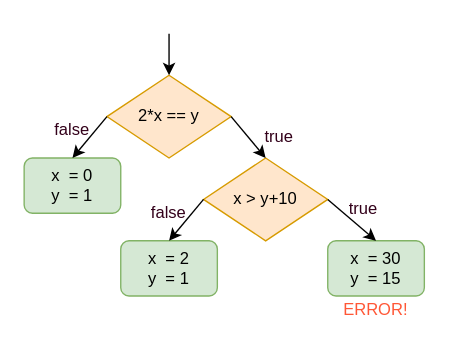
Above: DrawIO/BSThesis-2.drawio in dingiso/TEST_For_Everything (draw.io), before the change. Source tidied: cells renumbered, new cells numbered last; positions are measured from the earlier drawing's top-left corner, leaving out a move shared by most shapes. Both pictures are drawn from the tidied source at 138%, with x=0, y=0 at pixel (23, 33).
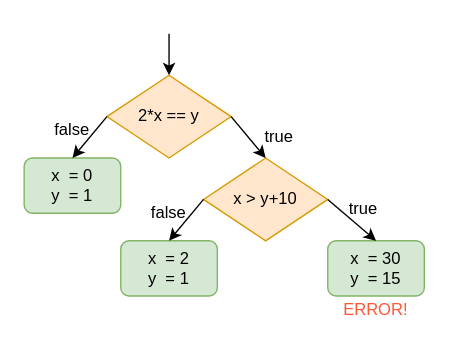
The same page after the edit.

Change to the diagram source:
```diff
@@
 <mxGraphModel>
   <root>
     <mxCell id="0" />
     <mxCell id="1" parent="0" />
     <mxCell id="2" value="2*x == y" style="rhombus;whiteSpace=wrap;html=1;fillColor=#ffe6cc;strokeColor=#d79b00;" parent="1" vertex="1">
       <mxGeometry x="60" y="30" width="90" height="60" as="geometry" />
     </mxCell>
     <mxCell id="3" value="&lt;div&gt;x&amp;nbsp; = 2&lt;br&gt;&lt;/div&gt;&lt;div&gt;y&amp;nbsp; = 1&lt;br&gt;&lt;/div&gt;" style="rounded=1;whiteSpace=wrap;html=1;fillColor=#d5e8d4;strokeColor=#82b366;" parent="1" vertex="1">
       <mxGeometry x="70" y="150" width="70" height="40" as="geometry" />
     </mxCell>
     <mxCell id="4" value="&lt;div&gt;x&amp;nbsp; = 30&lt;br&gt;&lt;/div&gt;&lt;div&gt;y&amp;nbsp; = 15&lt;br&gt;&lt;/div&gt;" style="rounded=1;whiteSpace=wrap;html=1;fillColor=#d5e8d4;strokeColor=#82b366;" parent="1" vertex="1">
       <mxGeometry x="220" y="150" width="70" height="40" as="geometry" />
     </mxCell>
     <mxCell id="5" value="&lt;div&gt;x&amp;nbsp; = 0&lt;/div&gt;&lt;div&gt;y&amp;nbsp; = 1&lt;br&gt;&lt;/div&gt;" style="rounded=1;whiteSpace=wrap;html=1;fillColor=#d5e8d4;strokeColor=#82b366;" parent="1" vertex="1">
       <mxGeometry y="90" width="70" height="40" as="geometry" />
     </mxCell>
     <mxCell id="6" value="x &amp;gt; y+10" style="rhombus;whiteSpace=wrap;html=1;fillColor=#ffe6cc;strokeColor=#d79b00;" parent="1" vertex="1">
       <mxGeometry x="130" y="90" width="90" height="60" as="geometry" />
     </mxCell>
     <mxCell id="7" style="endArrow=classic;html=1;rounded=0;exitX=1;exitY=0.5;exitDx=0;exitDy=0;entryX=0.5;entryY=0;entryDx=0;entryDy=0;" parent="1" edge="1" source="2" target="6">
       <mxGeometry relative="1" as="geometry" />
     </mxCell>
     <mxCell id="8" style="endArrow=classic;html=1;rounded=0;exitX=0;exitY=0.5;exitDx=0;exitDy=0;entryX=0.5;entryY=0;entryDx=0;entryDy=0;" parent="1" edge="1" source="2" target="5">
       <mxGeometry relative="1" as="geometry" />
     </mxCell>
     <mxCell id="9" style="endArrow=classic;html=1;rounded=0;exitX=0;exitY=0.5;exitDx=0;exitDy=0;entryX=0.5;entryY=0;entryDx=0;entryDy=0;" parent="1" edge="1" source="6" target="3">
       <mxGeometry relative="1" as="geometry" />
     </mxCell>
     <mxCell id="10" style="endArrow=classic;html=1;rounded=0;exitX=1;exitY=0.5;exitDx=0;exitDy=0;entryX=0.5;entryY=0;entryDx=0;entryDy=0;" parent="1" edge="1" source="6" target="4">
       <mxGeometry relative="1" as="geometry" />
     </mxCell>
     <mxCell id="11" value="&lt;font color=&quot;#FF5736&quot;&gt;ERROR!&lt;/font&gt;" style="text;html=1;strokeColor=none;fillColor=none;align=center;verticalAlign=middle;whiteSpace=wrap;rounded=0;" parent="1" vertex="1">
       <mxGeometry x="225" y="185" width="60" height="30" as="geometry" />
     </mxCell>
-    <mxCell id="12" value="true" style="text;html=1;strokeColor=none;fillColor=none;align=center;verticalAlign=middle;whiteSpace=wrap;rounded=0;fontColor=#33001A;" parent="1" vertex="1">
+    <mxCell id="12" value="true" style="text;html=1;strokeColor=none;fillColor=none;align=center;verticalAlign=middle;whiteSpace=wrap;rounded=0;fontColor=#000000;" parent="1" vertex="1">
       <mxGeometry x="226" y="117" width="40" height="20" as="geometry" />
     </mxCell>
-    <mxCell id="13" value="false" style="text;html=1;strokeColor=none;fillColor=none;align=center;verticalAlign=middle;whiteSpace=wrap;rounded=0;fontColor=#33001A;" parent="1" vertex="1">
+    <mxCell id="13" value="false" style="text;html=1;strokeColor=none;fillColor=none;align=center;verticalAlign=middle;whiteSpace=wrap;rounded=0;fontColor=#000000;" parent="1" vertex="1">
       <mxGeometry x="85" y="120" width="40" height="20" as="geometry" />
     </mxCell>
-    <mxCell id="14" value="false" style="text;html=1;strokeColor=none;fillColor=none;align=center;verticalAlign=middle;whiteSpace=wrap;rounded=0;fontColor=#33001A;" parent="1" vertex="1">
+    <mxCell id="14" value="false" style="text;html=1;strokeColor=none;fillColor=none;align=center;verticalAlign=middle;whiteSpace=wrap;rounded=0;fontColor=#000000;" parent="1" vertex="1">
       <mxGeometry x="15" y="60" width="40" height="20" as="geometry" />
     </mxCell>
-    <mxCell id="15" value="true" style="text;html=1;strokeColor=none;fillColor=none;align=center;verticalAlign=middle;whiteSpace=wrap;rounded=0;fontColor=#33001A;" parent="1" vertex="1">
+    <mxCell id="15" value="true" style="text;html=1;strokeColor=none;fillColor=none;align=center;verticalAlign=middle;whiteSpace=wrap;rounded=0;fontColor=#000000;" parent="1" vertex="1">
       <mxGeometry x="165" y="65" width="40" height="20" as="geometry" />
     </mxCell>
     <mxCell id="16" style="endArrow=classic;html=1;rounded=0;fontColor=#33001A;entryX=0.5;entryY=0;entryDx=0;entryDy=0;" parent="1" edge="1" target="2">
       <mxGeometry relative="1" as="geometry">
         <mxPoint x="105" as="sourcePoint" />
       </mxGeometry>
     </mxCell>
   </root>
 </mxGraphModel>
```
